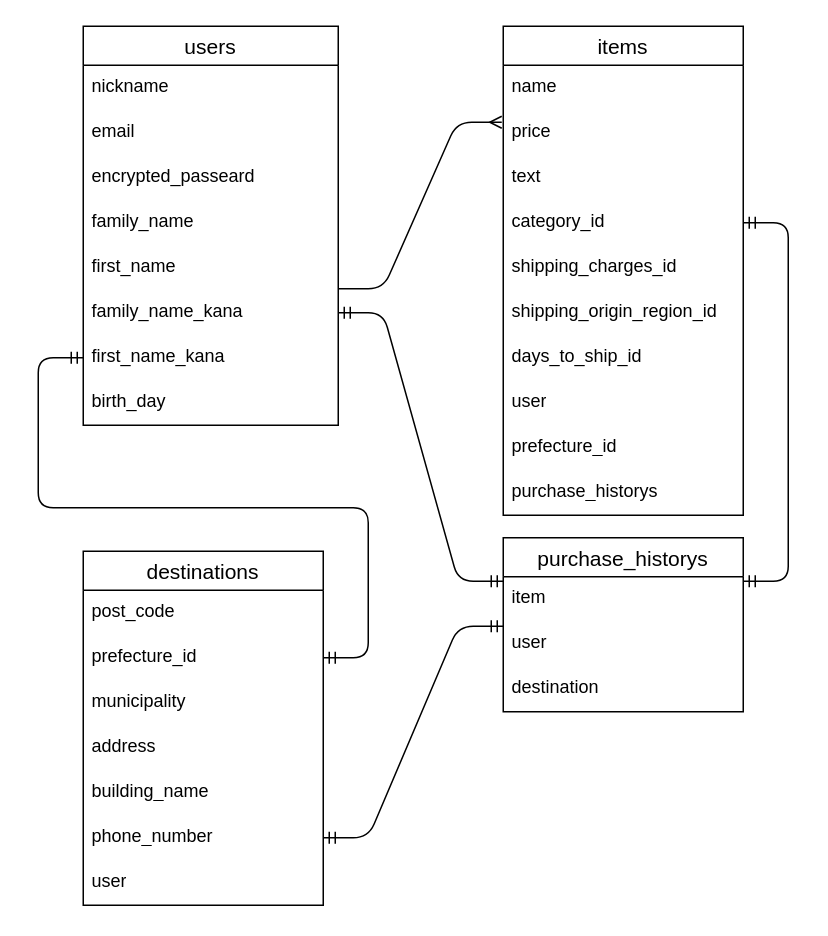
Earlier version of the draw.io diagram furima.dio (campdaisuki/furima-38520). Source tidied: cells renumbered, new cells numbered last; positions are measured from the earlier drawing's top-left corner, leaving out a move shared by most shapes. Both pictures are drawn from the tidied source at 150%, with x=0, y=0 at pixel (82, 26).
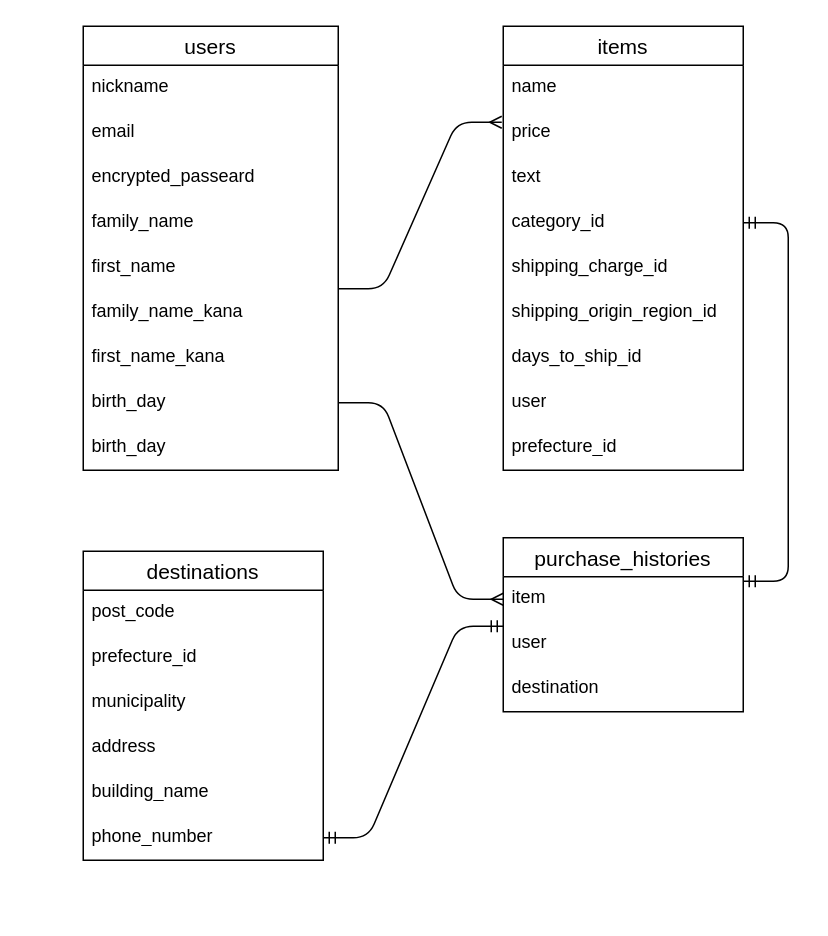
After the change.

Commit message (it also covers changes not shown here):
README.md,ER図の作成(再提出③)

Unchanged cells that the change refers to:
```xml
<mxCell id="8" value="family_name_kana&#10;&#10;&#10;" style="text;strokeColor=none;fillColor=none;spacingLeft=4;spacingRight=4;overflow=hidden;points=[[0,0.5],[1,0.5]];portConstraint=eastwest;fontSize=12;" parent="2" vertex="1">
  <mxGeometry y="176" width="170" height="30" as="geometry" />
</mxCell>
<mxCell id="24" value="prefecture_id" style="text;strokeColor=none;fillColor=none;spacingLeft=4;spacingRight=4;overflow=hidden;points=[[0,0.5],[1,0.5]];portConstraint=eastwest;fontSize=12;" parent="22" vertex="1">
  <mxGeometry y="56" width="160" height="30" as="geometry" />
</mxCell>
<mxCell id="33" value="item" style="text;strokeColor=none;fillColor=none;spacingLeft=4;spacingRight=4;overflow=hidden;points=[[0,0.5],[1,0.5]];portConstraint=eastwest;fontSize=12;" parent="32" vertex="1">
  <mxGeometry y="26" width="160" height="30" as="geometry" />
</mxCell>
```

What changed in the source:
```diff
@@
     <mxCell id="2" value="users" style="swimlane;fontStyle=0;horizontal=1;startSize=26;align=center;fontSize=14;strokeColor=default;" parent="1" vertex="1">
-      <mxGeometry width="170" height="266" as="geometry" />
+      <mxGeometry width="170" height="296" as="geometry" />
     </mxCell>
@@
+    <mxCell id="39" value="birth_day" style="text;strokeColor=none;fillColor=none;spacingLeft=4;spacingRight=4;overflow=hidden;points=[[0,0.5],[1,0.5]];portConstraint=eastwest;fontSize=12;" parent="2" vertex="1">
+      <mxGeometry y="236" width="170" height="30" as="geometry" />
+    </mxCell>
     <mxCell id="10" value="birth_day" style="text;strokeColor=none;fillColor=none;spacingLeft=4;spacingRight=4;overflow=hidden;fontSize=12;" parent="2" vertex="1">
-      <mxGeometry y="236" width="170" height="30" as="geometry" />
+      <mxGeometry y="266" width="170" height="30" as="geometry" />
     </mxCell>
     <mxCell id="11" value="items" style="swimlane;fontStyle=0;horizontal=1;startSize=26;align=center;fontSize=14;" parent="1" vertex="1">
-      <mxGeometry x="280" width="160" height="326" as="geometry" />
+      <mxGeometry x="280" width="160" height="296" as="geometry" />
     </mxCell>
@@
-    <mxCell id="16" value="shipping_charges_id" style="text;strokeColor=none;fillColor=none;spacingLeft=4;spacingRight=4;overflow=hidden;fontSize=12;" parent="11" vertex="1">
+    <mxCell id="16" value="shipping_charge_id" style="text;strokeColor=none;fillColor=none;spacingLeft=4;spacingRight=4;overflow=hidden;fontSize=12;" parent="11" vertex="1">
       <mxGeometry y="146" width="160" height="30" as="geometry" />
     </mxCell>
@@
-    <mxCell id="21" value="purchase_historys" style="text;strokeColor=none;fillColor=none;spacingLeft=4;spacingRight=4;overflow=hidden;fontSize=12;whiteSpace=wrap;" parent="11" vertex="1">
-      <mxGeometry y="296" width="160" height="30" as="geometry" />
-    </mxCell>
     <mxCell id="22" value="destinations" style="swimlane;fontStyle=0;horizontal=1;startSize=26;align=center;fontSize=14;strokeColor=default;" parent="1" vertex="1">
-      <mxGeometry y="350" width="160" height="236" as="geometry" />
+      <mxGeometry y="350" width="160" height="206" as="geometry" />
     </mxCell>
@@
-    <mxCell id="29" value="user" style="text;strokeColor=none;fillColor=none;spacingLeft=4;spacingRight=4;overflow=hidden;fontSize=12;whiteSpace=wrap;labelBackgroundColor=none;labelBorderColor=none;" parent="22" vertex="1">
-      <mxGeometry y="206" width="160" height="30" as="geometry" />
-    </mxCell>
@@
-    <mxCell id="31" style="edgeStyle=entityRelationEdgeStyle;fontSize=12;html=1;endArrow=ERmandOne;startArrow=ERmandOne;exitX=1;exitY=0.5;exitDx=0;exitDy=0;" parent="1" edge="1" source="24">
-      <mxGeometry relative="1" as="geometry">
-        <mxPoint y="221" as="targetPoint" />
-      </mxGeometry>
-    </mxCell>
-    <mxCell id="32" value="purchase_historys" style="swimlane;fontStyle=0;horizontal=1;startSize=26;align=center;fontSize=14;" parent="1" vertex="1">
+    <mxCell id="32" value="purchase_histories" style="swimlane;fontStyle=0;horizontal=1;startSize=26;align=center;fontSize=14;" parent="1" vertex="1">
       <mxGeometry x="280" y="341" width="160" height="116" as="geometry" />
     </mxCell>
@@
-    <mxCell id="38" style="edgeStyle=entityRelationEdgeStyle;fontSize=12;html=1;endArrow=ERmandOne;startArrow=ERmandOne;exitX=0;exitY=0.25;exitDx=0;exitDy=0;entryX=1;entryY=0.5;entryDx=0;entryDy=0;" parent="1" edge="1" source="32" target="8">
-      <mxGeometry relative="1" as="geometry" />
-    </mxCell>
+    <mxCell id="40" style="edgeStyle=entityRelationEdgeStyle;fontSize=12;html=1;endArrow=ERmany;exitX=1;exitY=0.5;exitDx=0;exitDy=0;entryX=0;entryY=0.5;entryDx=0;entryDy=0;" parent="1" edge="1" source="39" target="33">
+      <mxGeometry relative="1" as="geometry" />
+    </mxCell>
```
